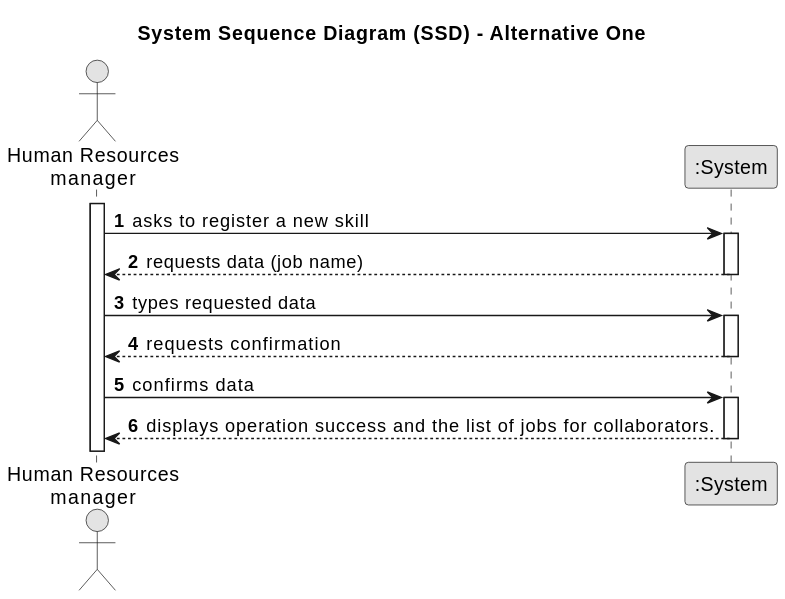
Earlier version of the PlantUML export docs/sprintB/us002/01.requirements-engineering/svg/us002-system-sequence-diagram-alternative-one-System_Sequence_Diagram__SSD____Alternative_One.svg (francisc-o-liveira/lei-24-s2-1dp-g163). The source it was exported from:
```plantuml
@startuml
skinparam monochrome true
skinparam packageStyle rectangle
skinparam shadowing false

title System Sequence Diagram (SSD) - Alternative One

autonumber

actor "Human Resources\nmanager" as Manager
participant ":System" as System

activate Manager

    Manager -> System : asks to register a new skill
    activate System

        System --> Manager : requests data (job name)
    deactivate System

   Manager  -> System : types requested data
    activate System

        System --> Manager  : requests confirmation
    deactivate System

    Manager  -> System : confirms data
    activate System

        System --> Manager : displays operation success and the list of jobs for collaborators.
    deactivate System
@enduml
```
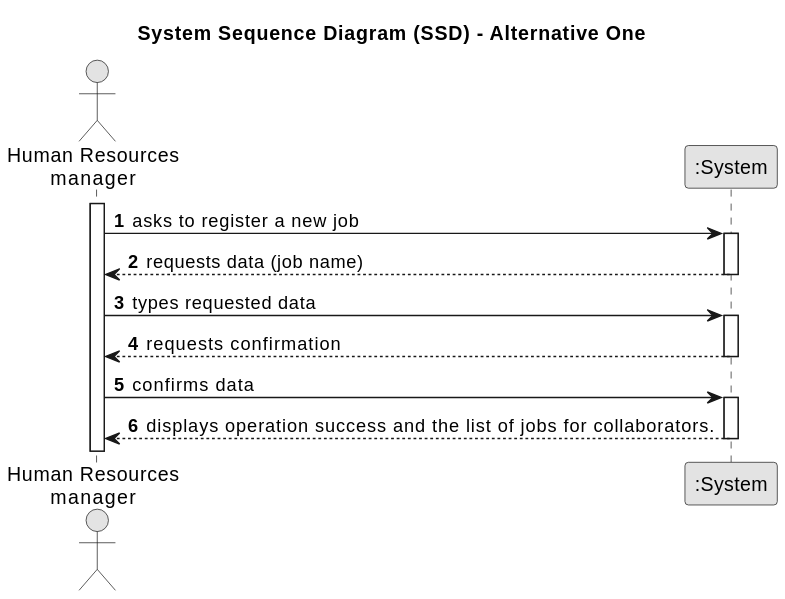
The same file after the commit.

Change to the diagram source:
```diff
@@ -12,7 +12,7 @@
 
 activate Manager
 
-    Manager -> System : asks to register a new skill
+    Manager -> System : asks to register a new job
     activate System
 
         System --> Manager : requests data (job name)
```
